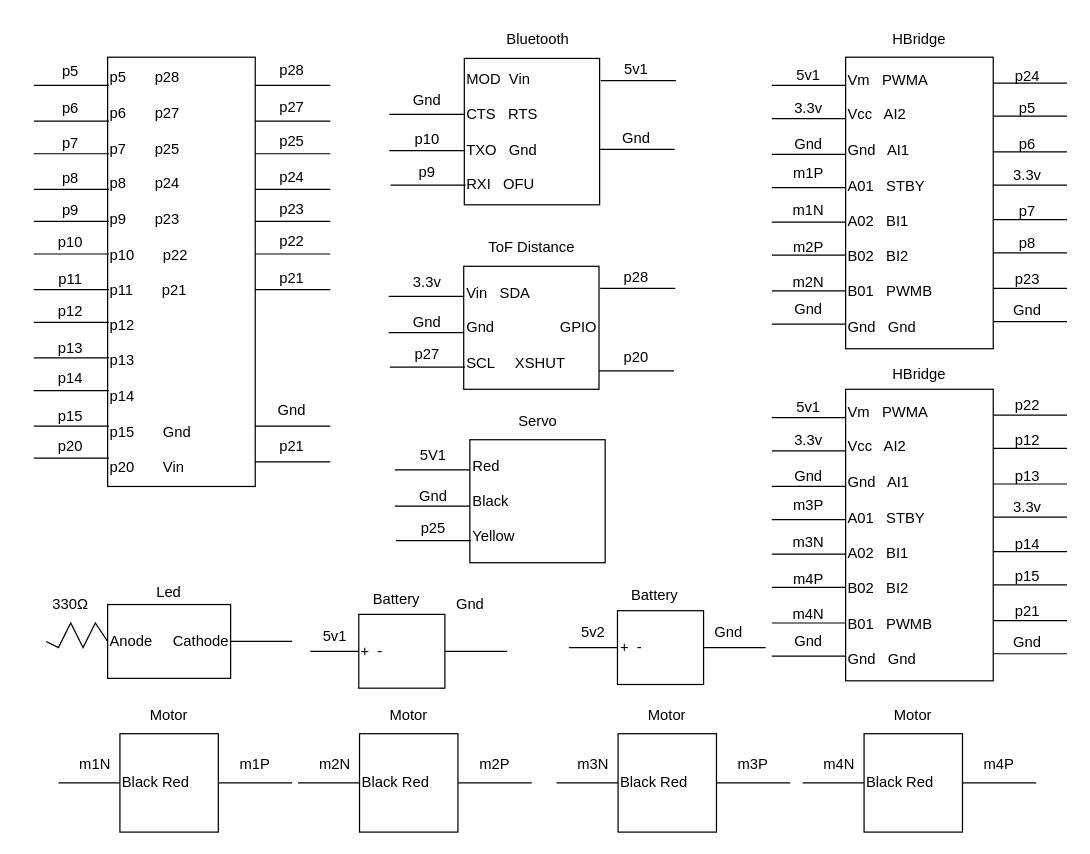
nima-5/4180-Final-Project keeps this draw.io diagram as BlockDiagram.drawio. Above is the earlier version. Source tidied: cells renumbered, new cells numbered last; positions are measured from the earlier drawing's top-left corner, leaving out a move shared by most shapes. Both pictures are drawn from the tidied source at 123%, with x=0, y=0 at pixel (33, 21).
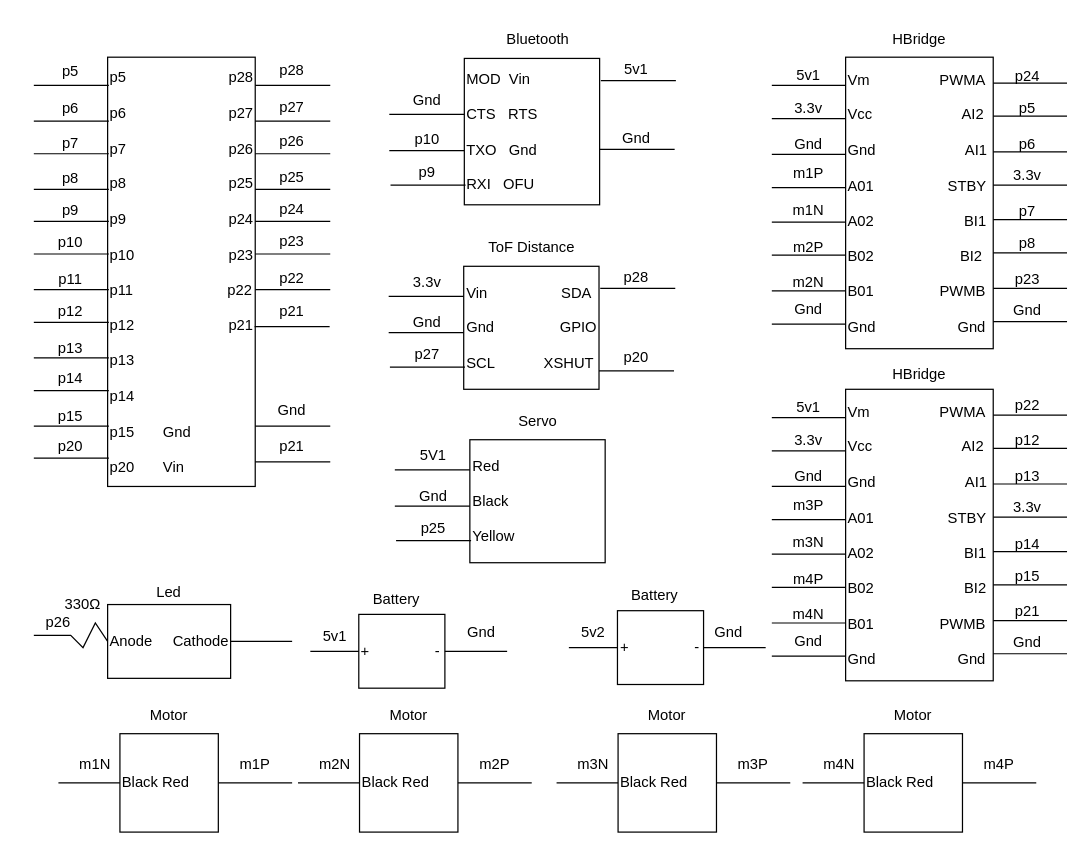
Above is the later version.

Commit message (it also covers changes not shown here):
Fixed Block Diagram

Unchanged cells that the change refers to:
```xml
<mxCell id="157" value="Anode &amp;nbsp; &amp;nbsp;&amp;nbsp;&lt;span style=&quot;white-space: pre;&quot;&gt;&lt;span style=&quot;white-space: pre;&quot;&gt;Cathode&lt;/span&gt;&lt;/span&gt;" style="rounded=0;whiteSpace=wrap;html=1;align=left;" parent="1" vertex="1">
  <mxGeometry x="60" y="474" width="100" height="60" as="geometry" />
</mxCell>
```

What changed in the source:
```diff
@@
-    <mxCell id="2" value="Vm&lt;span style=&quot;white-space: pre;&quot;&gt; &lt;span style=&quot;white-space: pre;&quot;&gt; &lt;span style=&quot;white-space: pre;&quot;&gt; &lt;span style=&quot;white-space: pre;&quot;&gt;PWMA&lt;/span&gt;&lt;/span&gt;&lt;/span&gt;&lt;/span&gt;&lt;br&gt;&lt;br&gt;Vcc&lt;span style=&quot;white-space: pre;&quot;&gt; &lt;span style=&quot;white-space: pre;&quot;&gt; &lt;span style=&quot;white-space: pre;&quot;&gt; AI2&lt;/span&gt;&lt;/span&gt;&lt;/span&gt;&lt;br&gt;&lt;br&gt;Gnd&lt;span style=&quot;white-space: pre;&quot;&gt; &lt;span style=&quot;white-space: pre;&quot;&gt; &lt;span style=&quot;white-space: pre;&quot;&gt; AI1&lt;/span&gt;&lt;/span&gt;&lt;/span&gt;&lt;br&gt;&lt;br&gt;A01&lt;span style=&quot;white-space: pre;&quot;&gt; &lt;span style=&quot;white-space: pre;&quot;&gt; &lt;span style=&quot;white-space: pre;&quot;&gt; STBY&lt;/span&gt;&lt;/span&gt;&lt;/span&gt;&lt;br&gt;&lt;br&gt;A02&lt;span style=&quot;white-space: pre;&quot;&gt; &lt;span style=&quot;white-space: pre;&quot;&gt; &lt;span style=&quot;white-space: pre;&quot;&gt; BI1&lt;/span&gt;&lt;/span&gt;&lt;/span&gt;&lt;br&gt;&lt;br&gt;B02&lt;span style=&quot;white-space: pre;&quot;&gt; &lt;span style=&quot;white-space: pre;&quot;&gt; &lt;span style=&quot;white-space: pre;&quot;&gt; BI2&lt;/span&gt;&lt;/span&gt;&lt;/span&gt;&lt;br&gt;&lt;br&gt;B01&lt;span style=&quot;white-space: pre;&quot;&gt; &lt;span style=&quot;white-space: pre;&quot;&gt; &lt;span style=&quot;white-space: pre;&quot;&gt; PWMB&lt;/span&gt;&lt;/span&gt;&lt;/span&gt;&lt;br&gt;&lt;br&gt;Gnd&lt;span style=&quot;white-space: pre;&quot;&gt; &lt;span style=&quot;white-space: pre;&quot;&gt; &lt;span style=&quot;white-space: pre;&quot;&gt; Gnd&lt;/span&gt;&lt;/span&gt;&lt;/span&gt;&lt;br&gt;&lt;div style=&quot;text-align: justify; line-height: 220%;&quot;&gt;&lt;/div&gt;" style="whiteSpace=wrap;html=1;align=left;" parent="1" vertex="1">
+    <mxCell id="2" value="Vm&lt;span style=&quot;white-space: pre;&quot;&gt; &lt;span style=&quot;white-space: pre;&quot;&gt;               &lt;span style=&quot;white-space: pre;&quot;&gt; &lt;span style=&quot;white-space: pre;&quot;&gt;PWMA&lt;/span&gt;&lt;/span&gt;&lt;/span&gt;&lt;/span&gt;&lt;br&gt;&lt;br&gt;Vcc&lt;span style=&quot;white-space: pre;&quot;&gt; &lt;span style=&quot;white-space: pre;&quot;&gt; &lt;span style=&quot;white-space: pre;&quot;&gt;                    AI2&lt;/span&gt;&lt;/span&gt;&lt;/span&gt;&lt;br&gt;&lt;br&gt;Gnd&lt;span style=&quot;white-space: pre;&quot;&gt; &lt;span style=&quot;white-space: pre;&quot;&gt; &lt;span style=&quot;white-space: pre;&quot;&gt;                    AI1&lt;/span&gt;&lt;/span&gt;&lt;/span&gt;&lt;br&gt;&lt;br&gt;A01&lt;span style=&quot;white-space: pre;&quot;&gt; &lt;span style=&quot;white-space: pre;&quot;&gt; &lt;span style=&quot;white-space: pre;&quot;&gt;                STBY&lt;/span&gt;&lt;/span&gt;&lt;/span&gt;&lt;br&gt;&lt;br&gt;A02&lt;span style=&quot;white-space: pre;&quot;&gt; &lt;span style=&quot;white-space: pre;&quot;&gt; &lt;span style=&quot;white-space: pre;&quot;&gt;                    BI1&lt;/span&gt;&lt;/span&gt;&lt;/span&gt;&lt;br&gt;&lt;br&gt;B02&lt;span style=&quot;white-space: pre;&quot;&gt; &lt;span style=&quot;white-space: pre;&quot;&gt;                   &lt;span style=&quot;white-space: pre;&quot;&gt; BI2&lt;/span&gt;&lt;/span&gt;&lt;/span&gt;&lt;br&gt;&lt;br&gt;B01&lt;span style=&quot;white-space: pre;&quot;&gt; &lt;span style=&quot;white-space: pre;&quot;&gt; &lt;span style=&quot;white-space: pre;&quot;&gt;              PWMB&lt;/span&gt;&lt;/span&gt;&lt;/span&gt;&lt;br&gt;&lt;br&gt;Gnd&lt;span style=&quot;white-space: pre;&quot;&gt; &lt;span style=&quot;white-space: pre;&quot;&gt; &lt;span style=&quot;white-space: pre;&quot;&gt;                  Gnd&lt;/span&gt;&lt;/span&gt;&lt;/span&gt;&lt;br&gt;&lt;div style=&quot;text-align: justify; line-height: 220%;&quot;&gt;&lt;/div&gt;" style="whiteSpace=wrap;html=1;align=left;" parent="1" vertex="1">
       <mxGeometry x="660" y="29" width="120" height="237" as="geometry" />
     </mxCell>
@@
-    <mxCell id="35" value="Vm&lt;span style=&quot;white-space: pre;&quot;&gt; &lt;span style=&quot;white-space: pre;&quot;&gt; &lt;span style=&quot;white-space: pre;&quot;&gt; &lt;span style=&quot;white-space: pre;&quot;&gt;PWMA&lt;/span&gt;&lt;/span&gt;&lt;/span&gt;&lt;/span&gt;&lt;br&gt;&lt;br&gt;Vcc&lt;span style=&quot;white-space: pre;&quot;&gt; &lt;span style=&quot;white-space: pre;&quot;&gt; &lt;span style=&quot;white-space: pre;&quot;&gt; AI2&lt;/span&gt;&lt;/span&gt;&lt;/span&gt;&lt;br&gt;&lt;br&gt;Gnd&lt;span style=&quot;white-space: pre;&quot;&gt; &lt;span style=&quot;white-space: pre;&quot;&gt; &lt;span style=&quot;white-space: pre;&quot;&gt; AI1&lt;/span&gt;&lt;/span&gt;&lt;/span&gt;&lt;br&gt;&lt;br&gt;A01&lt;span style=&quot;white-space: pre;&quot;&gt; &lt;span style=&quot;white-space: pre;&quot;&gt; &lt;span style=&quot;white-space: pre;&quot;&gt; STBY&lt;/span&gt;&lt;/span&gt;&lt;/span&gt;&lt;br&gt;&lt;br&gt;A02&lt;span style=&quot;white-space: pre;&quot;&gt; &lt;span style=&quot;white-space: pre;&quot;&gt; &lt;span style=&quot;white-space: pre;&quot;&gt; BI1&lt;/span&gt;&lt;/span&gt;&lt;/span&gt;&lt;br&gt;&lt;br&gt;B02&lt;span style=&quot;white-space: pre;&quot;&gt; &lt;span style=&quot;white-space: pre;&quot;&gt; &lt;span style=&quot;white-space: pre;&quot;&gt; BI2&lt;/span&gt;&lt;/span&gt;&lt;/span&gt;&lt;br&gt;&lt;br&gt;B01&lt;span style=&quot;white-space: pre;&quot;&gt; &lt;span style=&quot;white-space: pre;&quot;&gt; &lt;span style=&quot;white-space: pre;&quot;&gt; PWMB&lt;/span&gt;&lt;/span&gt;&lt;/span&gt;&lt;br&gt;&lt;br&gt;Gnd&lt;span style=&quot;white-space: pre;&quot;&gt; &lt;span style=&quot;white-space: pre;&quot;&gt; &lt;span style=&quot;white-space: pre;&quot;&gt; Gnd&lt;/span&gt;&lt;/span&gt;&lt;/span&gt;&lt;br&gt;&lt;div style=&quot;text-align: justify; line-height: 220%;&quot;&gt;&lt;/div&gt;" style="whiteSpace=wrap;html=1;align=left;" parent="1" vertex="1">
+    <mxCell id="35" value="Vm&lt;span style=&quot;white-space: pre;&quot;&gt; &lt;span style=&quot;white-space: pre;&quot;&gt; &lt;span style=&quot;white-space: pre;&quot;&gt;               &lt;span style=&quot;white-space: pre;&quot;&gt;PWMA&lt;/span&gt;&lt;/span&gt;&lt;/span&gt;&lt;/span&gt;&lt;br&gt;&lt;br&gt;Vcc&lt;span style=&quot;white-space: pre;&quot;&gt; &lt;span style=&quot;white-space: pre;&quot;&gt; &lt;span style=&quot;white-space: pre;&quot;&gt;                    AI2&lt;/span&gt;&lt;/span&gt;&lt;/span&gt;&lt;br&gt;&lt;br&gt;Gnd&lt;span style=&quot;white-space: pre;&quot;&gt; &lt;span style=&quot;white-space: pre;&quot;&gt; &lt;span style=&quot;white-space: pre;&quot;&gt;                    AI1&lt;/span&gt;&lt;/span&gt;&lt;/span&gt;&lt;br&gt;&lt;br&gt;A01&lt;span style=&quot;white-space: pre;&quot;&gt; &lt;span style=&quot;white-space: pre;&quot;&gt; &lt;span style=&quot;white-space: pre;&quot;&gt;                STBY&lt;/span&gt;&lt;/span&gt;&lt;/span&gt;&lt;br&gt;&lt;br&gt;A02&lt;span style=&quot;white-space: pre;&quot;&gt; &lt;span style=&quot;white-space: pre;&quot;&gt; &lt;span style=&quot;white-space: pre;&quot;&gt;                    BI1&lt;/span&gt;&lt;/span&gt;&lt;/span&gt;&lt;br&gt;&lt;br&gt;B02&lt;span style=&quot;white-space: pre;&quot;&gt; &lt;span style=&quot;white-space: pre;&quot;&gt;                    &lt;span style=&quot;white-space: pre;&quot;&gt; BI2&lt;/span&gt;&lt;/span&gt;&lt;/span&gt;&lt;br&gt;&lt;br&gt;B01&lt;span style=&quot;white-space: pre;&quot;&gt; &lt;span style=&quot;white-space: pre;&quot;&gt;              &lt;span style=&quot;white-space: pre;&quot;&gt; PWMB&lt;/span&gt;&lt;/span&gt;&lt;/span&gt;&lt;br&gt;&lt;br&gt;Gnd&lt;span style=&quot;white-space: pre;&quot;&gt; &lt;span style=&quot;white-space: pre;&quot;&gt; &lt;span style=&quot;white-space: pre;&quot;&gt;                  Gnd&lt;/span&gt;&lt;/span&gt;&lt;/span&gt;&lt;br&gt;&lt;div style=&quot;text-align: justify; line-height: 220%;&quot;&gt;&lt;/div&gt;" style="whiteSpace=wrap;html=1;align=left;" parent="1" vertex="1">
       <mxGeometry x="660" y="299" width="120" height="237" as="geometry" />
     </mxCell>
@@
-    <mxCell id="82" value="Vin&lt;span style=&quot;white-space: pre;&quot;&gt; &lt;span style=&quot;white-space: pre;&quot;&gt; &lt;span style=&quot;white-space: pre;&quot;&gt; SDA&lt;/span&gt;&lt;/span&gt;&lt;/span&gt;&lt;br&gt;&lt;br&gt;Gnd&lt;span style=&quot;white-space: pre;&quot;&gt;        &lt;span style=&quot;white-space: pre;&quot;&gt;&lt;span style=&quot;white-space: pre;&quot;&gt;        GPIO&lt;/span&gt;&lt;/span&gt;&lt;/span&gt;&lt;br&gt;&lt;br&gt;SCL&lt;span style=&quot;white-space: pre;&quot;&gt; &lt;span style=&quot;white-space: pre;&quot;&gt;    &lt;span style=&quot;white-space: pre;&quot;&gt;XSHUT&lt;/span&gt;&lt;/span&gt;&lt;/span&gt;" style="rounded=0;whiteSpace=wrap;html=1;align=left;" parent="1" vertex="1">
+    <mxCell id="82" value="Vin&lt;span style=&quot;white-space: pre;&quot;&gt; &lt;span style=&quot;white-space: pre;&quot;&gt;                &lt;span style=&quot;white-space: pre;&quot;&gt; SDA&lt;/span&gt;&lt;/span&gt;&lt;/span&gt;&lt;br&gt;&lt;br&gt;Gnd&lt;span style=&quot;white-space: pre;&quot;&gt;        &lt;span style=&quot;white-space: pre;&quot;&gt;&lt;span style=&quot;white-space: pre;&quot;&gt;        GPIO&lt;/span&gt;&lt;/span&gt;&lt;/span&gt;&lt;br&gt;&lt;br&gt;SCL&lt;span style=&quot;white-space: pre;&quot;&gt; &lt;span style=&quot;white-space: pre;&quot;&gt;           &lt;span style=&quot;white-space: pre;&quot;&gt;XSHUT&lt;/span&gt;&lt;/span&gt;&lt;/span&gt;" style="rounded=0;whiteSpace=wrap;html=1;align=left;" parent="1" vertex="1">
       <mxGeometry x="349.5" y="199" width="110" height="100" as="geometry" />
     </mxCell>
@@
-    <mxCell id="102" value="+&lt;span style=&quot;white-space: pre;&quot;&gt; &lt;span style=&quot;white-space: pre;&quot;&gt; -&lt;/span&gt;&lt;/span&gt;" style="rounded=0;whiteSpace=wrap;html=1;align=left;" parent="1" vertex="1">
+    <mxCell id="102" value="+&lt;span style=&quot;white-space: pre;&quot;&gt; &lt;span style=&quot;white-space: pre;&quot;&gt;               -&lt;/span&gt;&lt;/span&gt;" style="rounded=0;whiteSpace=wrap;html=1;align=left;" parent="1" vertex="1">
       <mxGeometry x="264.2" y="482" width="70" height="60" as="geometry" />
     </mxCell>
@@
     <mxCell id="106" value="Gnd" style="text;html=1;strokeColor=none;fillColor=none;align=center;verticalAlign=middle;whiteSpace=wrap;rounded=0;" parent="1" vertex="1">
-      <mxGeometry x="324.8" y="459" width="60" height="30" as="geometry" />
+      <mxGeometry x="334.2" y="482" width="60" height="30" as="geometry" />
     </mxCell>
-    <mxCell id="107" value="+&lt;span style=&quot;white-space: pre;&quot;&gt; &lt;span style=&quot;white-space: pre;&quot;&gt; -&lt;/span&gt;&lt;/span&gt;" style="rounded=0;whiteSpace=wrap;html=1;align=left;" parent="1" vertex="1">
+    <mxCell id="107" value="+&lt;span style=&quot;white-space: pre;&quot;&gt; &lt;span style=&quot;white-space: pre;&quot;&gt;               -&lt;/span&gt;&lt;/span&gt;" style="rounded=0;whiteSpace=wrap;html=1;align=left;" parent="1" vertex="1">
       <mxGeometry x="474.5" y="479" width="70" height="60" as="geometry" />
     </mxCell>
@@
-    <mxCell id="114" value="p5&lt;span style=&quot;white-space: pre;&quot;&gt; &lt;span style=&quot;white-space: pre;&quot;&gt; &lt;span style=&quot;white-space: pre;&quot;&gt;     p28&lt;/span&gt;&lt;/span&gt;&lt;/span&gt;&lt;br&gt;&lt;br&gt;p6&lt;span style=&quot;white-space: pre;&quot;&gt; &lt;span style=&quot;white-space: pre;&quot;&gt; &lt;span style=&quot;white-space: pre;&quot;&gt;     p27&lt;/span&gt;&lt;/span&gt;&lt;/span&gt;&lt;br&gt;&lt;br&gt;p7&lt;span style=&quot;white-space: pre;&quot;&gt; &lt;span style=&quot;white-space: pre;&quot;&gt; &lt;span style=&quot;white-space: pre;&quot;&gt;     p25&lt;/span&gt;&lt;/span&gt;&lt;/span&gt;&lt;br&gt;&lt;br&gt;p8&lt;span style=&quot;white-space: pre;&quot;&gt; &lt;span style=&quot;white-space: pre;&quot;&gt; &lt;span style=&quot;white-space: pre;&quot;&gt;     p24&lt;/span&gt;&lt;/span&gt;&lt;/span&gt;&lt;br&gt;&lt;br&gt;p9&lt;span style=&quot;white-space: pre;&quot;&gt; &lt;span style=&quot;white-space: pre;&quot;&gt; &lt;span style=&quot;white-space: pre;&quot;&gt;     p23&lt;/span&gt;&lt;/span&gt;&lt;/span&gt;&lt;br&gt;&lt;br&gt;p10&lt;span style=&quot;white-space: pre;&quot;&gt; &lt;span style=&quot;white-space: pre;&quot;&gt; &lt;span style=&quot;white-space: pre;&quot;&gt;     p22&lt;/span&gt;&lt;/span&gt;&lt;/span&gt;&lt;br&gt;&lt;br&gt;p11&lt;span style=&quot;white-space: pre;&quot;&gt; &lt;span style=&quot;white-space: pre;&quot;&gt; &lt;span style=&quot;white-space: pre;&quot;&gt;     p21&lt;/span&gt;&lt;/span&gt;&lt;/span&gt;&lt;br&gt;&lt;br&gt;p12&lt;br&gt;&lt;br&gt;p13&lt;br&gt;&lt;br&gt;p14&lt;br&gt;&lt;br&gt;p15&lt;span style=&quot;white-space: pre;&quot;&gt; &lt;span style=&quot;white-space: pre;&quot;&gt; &lt;span style=&quot;white-space: pre;&quot;&gt;     Gnd&lt;/span&gt;&lt;/span&gt;&lt;/span&gt;&lt;br&gt;&lt;br&gt;p20&lt;span style=&quot;white-space: pre;&quot;&gt; &lt;span style=&quot;white-space: pre;&quot;&gt; &lt;span style=&quot;white-space: pre;&quot;&gt;     Vin&lt;/span&gt;&lt;/span&gt;&lt;/span&gt;" style="rounded=0;whiteSpace=wrap;html=1;align=left;" parent="1" vertex="1">
+    <mxCell id="114" value="p5&lt;span style=&quot;white-space: pre;&quot;&gt; &lt;span style=&quot;white-space: pre;&quot;&gt; &lt;span style=&quot;white-space: pre;&quot;&gt;                       p28&lt;/span&gt;&lt;/span&gt;&lt;/span&gt;&lt;br&gt;&lt;br&gt;p6&lt;span style=&quot;white-space: pre;&quot;&gt; &lt;span style=&quot;white-space: pre;&quot;&gt; &lt;span style=&quot;white-space: pre;&quot;&gt;                       p27&lt;/span&gt;&lt;/span&gt;&lt;/span&gt;&lt;br&gt;&lt;br&gt;p7&lt;span style=&quot;white-space: pre;&quot;&gt; &lt;span style=&quot;white-space: pre;&quot;&gt; &lt;span style=&quot;white-space: pre;&quot;&gt;                       p26&lt;/span&gt;&lt;/span&gt;&lt;/span&gt;&lt;br&gt;&lt;br&gt;p8&lt;span style=&quot;white-space: pre;&quot;&gt; &lt;span style=&quot;white-space: pre;&quot;&gt; &lt;span style=&quot;white-space: pre;&quot;&gt;                       p25&lt;/span&gt;&lt;/span&gt;&lt;/span&gt;&lt;br&gt;&lt;br&gt;p9&lt;span style=&quot;white-space: pre;&quot;&gt; &lt;span style=&quot;white-space: pre;&quot;&gt; &lt;span style=&quot;white-space: pre;&quot;&gt;                       p24&lt;/span&gt;&lt;/span&gt;&lt;/span&gt;&lt;br&gt;&lt;br&gt;p10&lt;span style=&quot;white-space: pre;&quot;&gt; &lt;span style=&quot;white-space: pre;&quot;&gt; &lt;span style=&quot;white-space: pre;&quot;&gt;                     p23&lt;/span&gt;&lt;/span&gt;&lt;/span&gt;&lt;br&gt;&lt;br&gt;p11&lt;span style=&quot;white-space: pre;&quot;&gt; &lt;span style=&quot;white-space: pre;&quot;&gt; &lt;span style=&quot;white-space: pre;&quot;&gt;                     p22&lt;/span&gt;&lt;/span&gt;&lt;/span&gt;&lt;br&gt;&lt;br&gt;p12 &amp;nbsp; &amp;nbsp; &amp;nbsp; &amp;nbsp; &amp;nbsp; &amp;nbsp; &amp;nbsp; &amp;nbsp; &amp;nbsp; &amp;nbsp; &amp;nbsp; p21&lt;br&gt;&lt;br&gt;p13&lt;br&gt;&lt;br&gt;p14&lt;br&gt;&lt;br&gt;p15&lt;span style=&quot;white-space: pre;&quot;&gt; &lt;span style=&quot;white-space: pre;&quot;&gt; &lt;span style=&quot;white-space: pre;&quot;&gt;     Gnd&lt;/span&gt;&lt;/span&gt;&lt;/span&gt;&lt;br&gt;&lt;br&gt;p20&lt;span style=&quot;white-space: pre;&quot;&gt; &lt;span style=&quot;white-space: pre;&quot;&gt; &lt;span style=&quot;white-space: pre;&quot;&gt;     Vin&lt;/span&gt;&lt;/span&gt;&lt;/span&gt;" style="rounded=0;whiteSpace=wrap;html=1;align=left;" parent="1" vertex="1">
       <mxGeometry x="60" y="29" width="120" height="349" as="geometry" />
     </mxCell>
@@
-    <mxCell id="150" value="p25" style="text;html=1;strokeColor=none;fillColor=none;align=center;verticalAlign=middle;whiteSpace=wrap;rounded=0;" parent="1" vertex="1">
+    <mxCell id="150" value="p26" style="text;html=1;strokeColor=none;fillColor=none;align=center;verticalAlign=middle;whiteSpace=wrap;rounded=0;" parent="1" vertex="1">
       <mxGeometry x="180" y="83" width="60" height="30" as="geometry" />
     </mxCell>
-    <mxCell id="151" value="p24" style="text;html=1;strokeColor=none;fillColor=none;align=center;verticalAlign=middle;whiteSpace=wrap;rounded=0;" parent="1" vertex="1">
+    <mxCell id="151" value="p25" style="text;html=1;strokeColor=none;fillColor=none;align=center;verticalAlign=middle;whiteSpace=wrap;rounded=0;" parent="1" vertex="1">
       <mxGeometry x="180" y="112" width="60" height="30" as="geometry" />
     </mxCell>
-    <mxCell id="152" value="p23" style="text;html=1;strokeColor=none;fillColor=none;align=center;verticalAlign=middle;whiteSpace=wrap;rounded=0;" parent="1" vertex="1">
+    <mxCell id="152" value="p24" style="text;html=1;strokeColor=none;fillColor=none;align=center;verticalAlign=middle;whiteSpace=wrap;rounded=0;" parent="1" vertex="1">
       <mxGeometry x="180" y="138" width="60" height="30" as="geometry" />
     </mxCell>
-    <mxCell id="153" value="p22" style="text;html=1;strokeColor=none;fillColor=none;align=center;verticalAlign=middle;whiteSpace=wrap;rounded=0;" parent="1" vertex="1">
+    <mxCell id="153" value="p23" style="text;html=1;strokeColor=none;fillColor=none;align=center;verticalAlign=middle;whiteSpace=wrap;rounded=0;" parent="1" vertex="1">
       <mxGeometry x="180" y="164" width="60" height="30" as="geometry" />
     </mxCell>
-    <mxCell id="154" value="p21" style="text;html=1;strokeColor=none;fillColor=none;align=center;verticalAlign=middle;whiteSpace=wrap;rounded=0;" parent="1" vertex="1">
+    <mxCell id="154" value="p22" style="text;html=1;strokeColor=none;fillColor=none;align=center;verticalAlign=middle;whiteSpace=wrap;rounded=0;" parent="1" vertex="1">
       <mxGeometry x="180" y="194" width="60" height="30" as="geometry" />
     </mxCell>
@@
     <mxCell id="159" style="endArrow=none;html=1;rounded=0;exitX=0;exitY=0.5;exitDx=0;exitDy=0;" parent="1" edge="1" source="157">
       <mxGeometry relative="1" as="geometry">
-        <mxPoint x="10" y="504" as="targetPoint" />
+        <mxPoint x="20" y="499" as="targetPoint" />
         <Array as="points">
           <mxPoint x="50" y="489" />
           <mxPoint x="40" y="509" />
-          <mxPoint x="30" y="489" />
-          <mxPoint x="20" y="509" />
+          <mxPoint x="30" y="499" />
+          <mxPoint y="499" />
         </Array>
       </mxGeometry>
     </mxCell>
     <mxCell id="160" value="330Ω" style="text;html=1;strokeColor=none;fillColor=none;align=center;verticalAlign=middle;whiteSpace=wrap;rounded=0;" parent="1" vertex="1">
-      <mxGeometry y="459" width="60" height="30" as="geometry" />
+      <mxGeometry x="10" y="459" width="60" height="30" as="geometry" />
     </mxCell>
@@
+    <mxCell id="186" value="p26" style="text;html=1;strokeColor=none;fillColor=none;align=center;verticalAlign=middle;whiteSpace=wrap;rounded=0;" parent="1" vertex="1">
+      <mxGeometry x="-10" y="474" width="60" height="30" as="geometry" />
+    </mxCell>
+    <mxCell id="187" style="endArrow=none;html=1;rounded=0;exitX=0.008;exitY=0.16;exitDx=0;exitDy=0;exitPerimeter=0;" parent="1" edge="1">
+      <mxGeometry relative="1" as="geometry">
+        <mxPoint x="240.5" y="248" as="sourcePoint" />
+        <mxPoint x="179.5" y="248" as="targetPoint" />
+      </mxGeometry>
+    </mxCell>
+    <mxCell id="188" value="p21" style="text;html=1;strokeColor=none;fillColor=none;align=center;verticalAlign=middle;whiteSpace=wrap;rounded=0;" parent="1" vertex="1">
+      <mxGeometry x="179.5" y="221" width="60" height="30" as="geometry" />
+    </mxCell>
```
